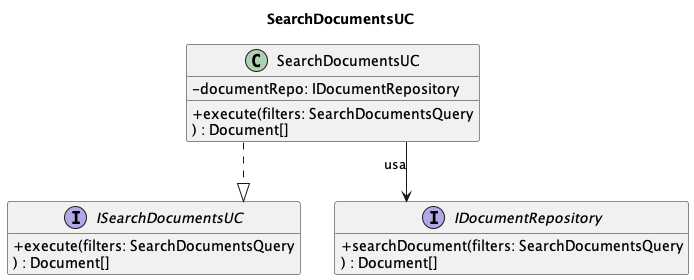
The PlantUML diagram out/3_PB/DocumentiEsterni/DiagrammiSpecificaTecnica/C4/C4_backend_Search/C4_backend_Search-3.png in 7-ZPUs/Docs, before a commit.
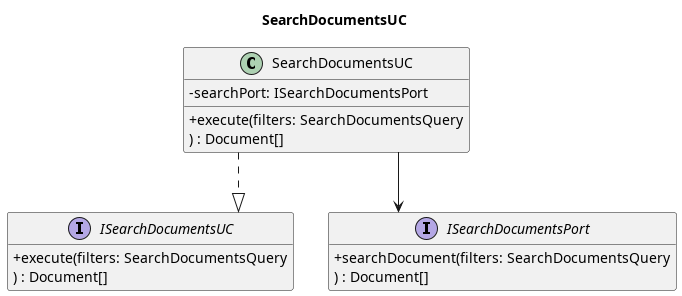
Later version of the same file.

Change to the diagram source:
```diff
@@ -10,16 +10,16 @@
     ) : Document[]
 }
 class SearchDocumentsUC {
-    - documentRepo: IDocumentRepository
+    - searchPort: ISearchDocumentsPort
     + execute(filters: SearchDocumentsQuery
     ) : Document[]
 }
-interface IDocumentRepository {
+interface ISearchDocumentsPort {
     + searchDocument(filters: SearchDocumentsQuery
     ) : Document[]
 }
 
 SearchDocumentsUC ..|> ISearchDocumentsUC
-SearchDocumentsUC --> IDocumentRepository : usa
+SearchDocumentsUC --> ISearchDocumentsPort
 
 @enduml
```
